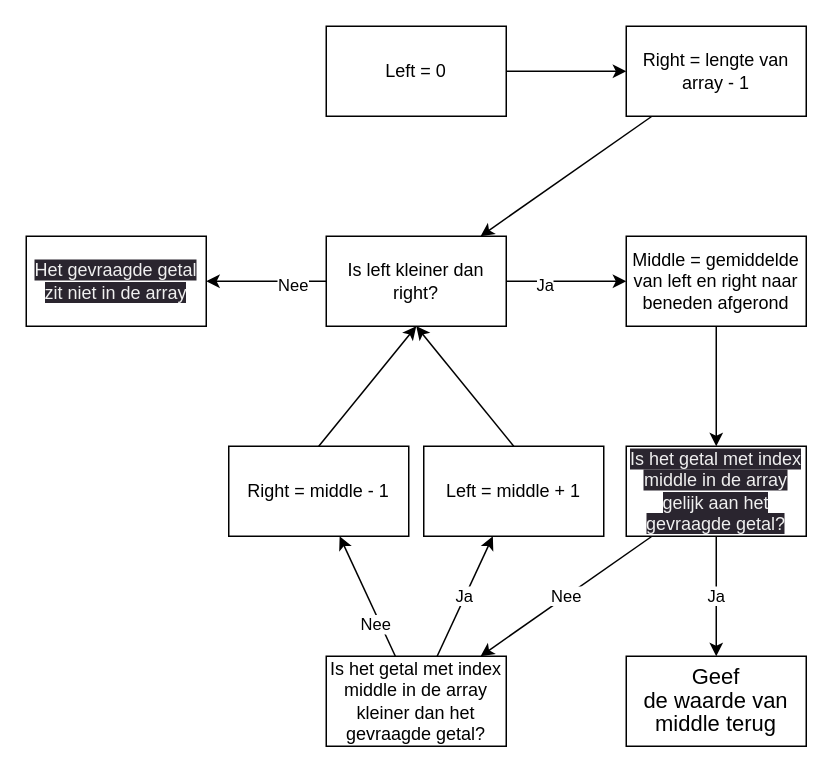
The draw.io diagram flowchart.drawio in Eliminator1357/5-VWO-PO3, before the edit. Source tidied: cells renumbered, new cells numbered last; positions are measured from the earlier drawing's top-left corner, leaving out a move shared by most shapes. Both pictures are drawn from the tidied source at 150%, with x=0, y=0 at pixel (26, 26).
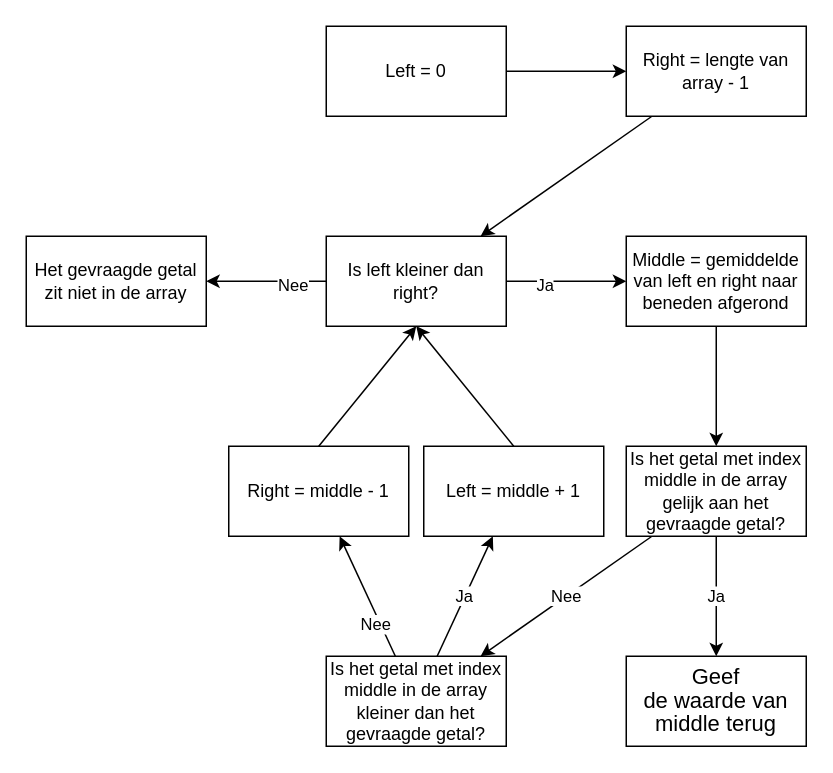
The same diagram, later.

Commit message:
flowchart EINDELIJK afgemaakt

Diff of the diagram source:
```diff
@@
-    <mxCell id="15" value="&lt;span style=&quot;color: rgb(240, 240, 240); font-family: Helvetica; font-size: 12px; font-style: normal; font-variant-ligatures: normal; font-variant-caps: normal; font-weight: 400; letter-spacing: normal; orphans: 2; text-align: center; text-indent: 0px; text-transform: none; widows: 2; word-spacing: 0px; -webkit-text-stroke-width: 0px; background-color: rgb(42, 37, 47); text-decoration-thickness: initial; text-decoration-style: initial; text-decoration-color: initial; float: none; display: inline !important;&quot;&gt;Is het getal met index middle in de array gelijk aan het gevraagde getal?&lt;/span&gt;" style="whiteSpace=wrap;html=1;" parent="1" vertex="1">
+    <mxCell id="15" value="Is het getal met index middle in de array gelijk aan het gevraagde getal?" style="whiteSpace=wrap;html=1;" parent="1" vertex="1">
       <mxGeometry x="400" y="280" width="120" height="60" as="geometry" />
     </mxCell>
@@
-    <mxCell id="25" value="&lt;span style=&quot;color: rgb(240, 240, 240); font-family: Helvetica; font-size: 12px; font-style: normal; font-variant-ligatures: normal; font-variant-caps: normal; font-weight: 400; letter-spacing: normal; orphans: 2; text-align: center; text-indent: 0px; text-transform: none; widows: 2; word-spacing: 0px; -webkit-text-stroke-width: 0px; background-color: rgb(42, 37, 47); text-decoration-thickness: initial; text-decoration-style: initial; text-decoration-color: initial; float: none; display: inline !important;&quot;&gt;Het gevraagde getal zit niet in de array&lt;/span&gt;" style="whiteSpace=wrap;html=1;" parent="1" vertex="1">
+    <mxCell id="25" value="Het gevraagde getal zit niet in de array" style="whiteSpace=wrap;html=1;" parent="1" vertex="1">
       <mxGeometry y="140" width="120" height="60" as="geometry" />
     </mxCell>
```
